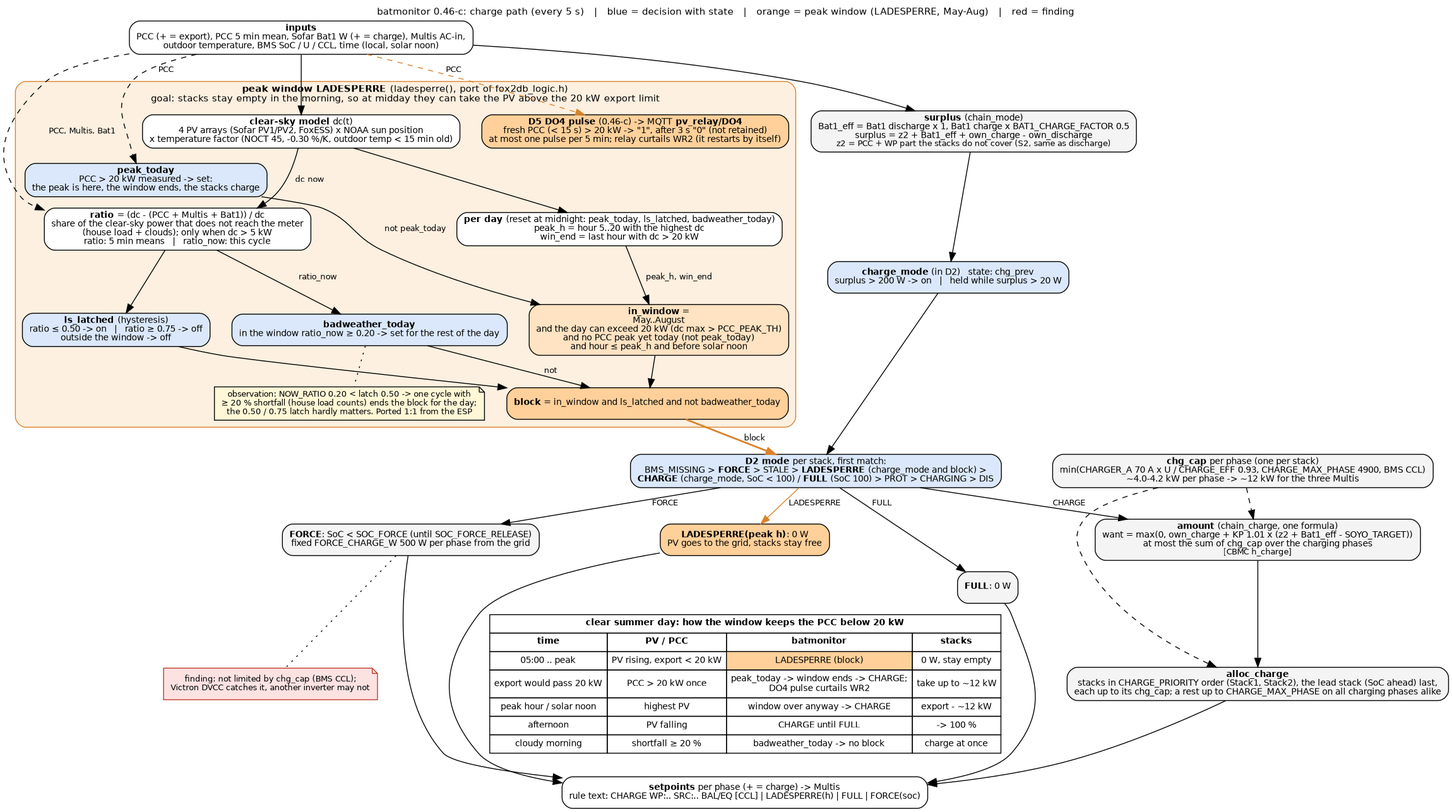
gerontec/victron keeps this Graphviz diagram as docs/charge_flow.png. Above is the earlier version. Its source is kept beside it as docs/charge_flow.dot. The source it was exported from:
```dot
digraph charge {
	graph [rankdir=TB, fontname="Helvetica", fontsize=11, nodesep=0.35, ranksep=0.35, newrank=true,
		   label="batmonitor 0.46-c: charge path (every 5 s)   |   blue = decision with state   |   orange = peak window (LADESPERRE, May-Aug)   |   red = finding",
		   labelloc=t];
	node [shape=box, style="rounded,filled", fillcolor="#f4f4f4", fontname="Helvetica", fontsize=10];
	edge [fontname="Helvetica", fontsize=9];

	in [label=<<b>inputs</b><br/>PCC (+ = export), PCC 5 min mean, Sofar Bat1 W (+ = charge), Multis AC-in,<br/>outdoor temperature, BMS SoC / U / CCL, time (local, solar noon)>, fillcolor="#ffffff"];

	surplus [label=<<b>surplus</b> (chain_mode)<br/>Bat1_eff = Bat1 discharge x 1, Bat1 charge x BAT1_CHARGE_FACTOR 0.5<br/>surplus = z2 + Bat1_eff + own_charge - own_discharge<br/><font point-size="9">z2 = PCC + WP part the stacks do not cover (S2, same as discharge)</font>>];

	cmode [label=<<b>charge_mode</b> (in D2)   state: chg_prev<br/>surplus &gt; 200 W -&gt; on   |   held while surplus &gt; 20 W>, fillcolor="#dbe8fb"];

	subgraph cluster_ls {
		label=<<b>peak window LADESPERRE</b> (ladesperre(), port of fox2db_logic.h)<br/>goal: stacks stay empty in the morning, so at midday they can take the PV above the 20 kW export limit>;
		style="rounded,filled"; fillcolor="#fdf0e0"; color="#d9822b"; fontsize=11;

		model [label=<<b>clear-sky model</b> dc(t)<br/>4 PV arrays (Sofar PV1/PV2, FoxESS) x NOAA sun position<br/>x temperature factor (NOCT 45, -0.30 %/K, outdoor temp &lt; 15 min old)>, fillcolor="#ffffff"];
		day [label=<<b>per day</b> (reset at midnight: peak_today, ls_latched, badweather_today)<br/>peak_h = hour 5..20 with the highest dc<br/>win_end = last hour with dc &gt; 20 kW>, fillcolor="#ffffff"];
		window [label=<<b>in_window</b> =<br/>May..August<br/>and the day can exceed 20 kW (dc max &gt; PCC_PEAK_TH)<br/>and no PCC peak yet today (not peak_today)<br/>and hour &le; peak_h and before solar noon>, fillcolor="#ffe3c2"];
		ratio [label=<<b>ratio</b> = (dc - (PCC + Multis + Bat1)) / dc<br/>share of the clear-sky power that does not reach the meter<br/>(house load + clouds); only when dc &gt; 5 kW<br/>ratio: 5 min means   |   ratio_now: this cycle>, fillcolor="#ffffff"];
		latch [label=<<b>ls_latched</b> (hysteresis)<br/>ratio &le; 0.50 -&gt; on   |   ratio &ge; 0.75 -&gt; off<br/>outside the window -&gt; off>, fillcolor="#dbe8fb"];
		bad [label=<<b>badweather_today</b><br/>in the window ratio_now &ge; 0.20 -&gt; set for the rest of the day>, fillcolor="#dbe8fb"];
		peak [label=<<b>peak_today</b><br/>PCC &gt; 20 kW measured -&gt; set:<br/>the peak is here, the window ends, the stacks charge>, fillcolor="#dbe8fb"];
		do4 [label=<<b>D5 DO4 pulse</b> (0.46-c) -&gt; MQTT <b>pv_relay/DO4</b><br/>fresh PCC (&lt; 15 s) &gt; 20 kW -&gt; "1", after 3 s "0" (not retained)<br/>at most one pulse per 5 min; relay curtails WR2 (it restarts by itself)>, fillcolor="#ffd09a"];
		block [label=<<b>block</b> = in_window and ls_latched and not badweather_today>, fillcolor="#ffd09a"];
		note_ls [shape=note, fillcolor="#fff7d6", fontsize=9, label=<observation: NOW_RATIO 0.20 &lt; latch 0.50 -&gt; one cycle with<br/>&ge; 20 % shortfall (house load counts) ends the block for the day;<br/>the 0.50 / 0.75 latch hardly matters. Ported 1:1 from the ESP>];

		model -> day;
		model -> ratio [label=" dc now"];
		day -> window [label=" peak_h, win_end"];
		peak -> window [label=" not peak_today"];
		ratio -> latch;
		ratio -> bad [label=" ratio_now"];
		window -> block;
		latch -> block;
		bad -> block [label=" not"];
		bad -> note_ls [style=dotted, arrowhead=none];
	}

	d2 [label=<<b>D2 mode</b> per stack, first match:<br/>BMS_MISSING &gt; <b>FORCE</b> &gt; STALE &gt; <b>LADESPERRE</b> (charge_mode and block) &gt;<br/><b>CHARGE</b> (charge_mode, SoC &lt; 100) / <b>FULL</b> (SoC 100) &gt; PROT &gt; CHARGING &gt; DIS>, fillcolor="#dbe8fb"];

	force [label=<<b>FORCE</b>: SoC &lt; SOC_FORCE (until SOC_FORCE_RELEASE)<br/>fixed FORCE_CHARGE_W 500 W per phase from the grid>];
	force_note [shape=note, fillcolor="#fde2e2", color="#c0392b", fontsize=9, label=<finding: not limited by chg_cap (BMS CCL);<br/>Victron DVCC catches it, another inverter may not>];
	lsout [label=<<b>LADESPERRE(peak h)</b>: 0 W<br/>PV goes to the grid, stacks stay free>, fillcolor="#ffd09a"];
	full [label=<<b>FULL</b>: 0 W>];

	amount [label=<<b>amount</b> (chain_charge, one formula)<br/>want = max(0, own_charge + KP 1.01 x (z2 + Bat1_eff - SOYO_TARGET))<br/>at most the sum of chg_cap over the charging phases<br/><font point-size="9">[CBMC h_charge]</font>>];
	caps [label=<<b>chg_cap</b> per phase (one per stack)<br/>min(CHARGER_A 70 A x U / CHARGE_EFF 0.93, CHARGE_MAX_PHASE 4900, BMS CCL)<br/>~4.0-4.2 kW per phase -&gt; ~12 kW for the three Multis>];
	alloc [label=<<b>alloc_charge</b><br/>stacks in CHARGE_PRIORITY order (Stack1, Stack2), the lead stack (SoC ahead) last,<br/>each up to its chg_cap; a rest up to CHARGE_MAX_PHASE on all charging phases alike>];

	out [label=<<b>setpoints</b> per phase (+ = charge) -&gt; Multis<br/>rule text: CHARGE WP:.. SRC:.. BAL/EQ [CCL] | LADESPERRE(h) | FULL | FORCE(soc)>, fillcolor="#ffffff"];

	timeline [shape=plain, label=<
		<table border="0" cellborder="1" cellspacing="0" cellpadding="4" bgcolor="#ffffff">
		<tr><td colspan="4"><b>clear summer day: how the window keeps the PCC below 20 kW</b></td></tr>
		<tr><td><b>time</b></td><td><b>PV / PCC</b></td><td><b>batmonitor</b></td><td><b>stacks</b></td></tr>
		<tr><td>05:00 .. peak</td><td>PV rising, export &lt; 20 kW</td><td bgcolor="#ffd09a">LADESPERRE (block)</td><td>0 W, stay empty</td></tr>
		<tr><td>export would pass 20 kW</td><td>PCC &gt; 20 kW once</td><td>peak_today -&gt; window ends -&gt; CHARGE;<br/>DO4 pulse curtails WR2</td><td>take up to ~12 kW</td></tr>
		<tr><td>peak hour / solar noon</td><td>highest PV</td><td>window over anyway -&gt; CHARGE</td><td>export - ~12 kW</td></tr>
		<tr><td>afternoon</td><td>PV falling</td><td>CHARGE until FULL</td><td>-&gt; 100 %</td></tr>
		<tr><td>cloudy morning</td><td>shortfall &ge; 20 %</td><td>badweather_today -&gt; no block</td><td>charge at once</td></tr>
		</table>>];

	in -> surplus -> cmode -> d2;
	in -> model;
	in -> ratio [style=dashed, label=" PCC, Multis, Bat1"];
	in -> peak [style=dashed, label=" PCC"];
	in -> do4 [style=dashed, label=" PCC", color="#d9822b"];
	block -> d2 [color="#d9822b", penwidth=2, label=" block"];
	d2 -> force [label=" FORCE"];
	d2 -> lsout [label=" LADESPERRE", color="#d9822b"];
	d2 -> amount [label=" CHARGE"];
	d2 -> full [label=" FULL"];
	force -> force_note [style=dotted, arrowhead=none];
	caps -> amount [style=dashed];
	caps -> alloc [style=dashed];
	amount -> alloc -> out;
	force -> out;
	lsout -> out;
	full -> out;
	lsout -> timeline [style=invis];
}
```
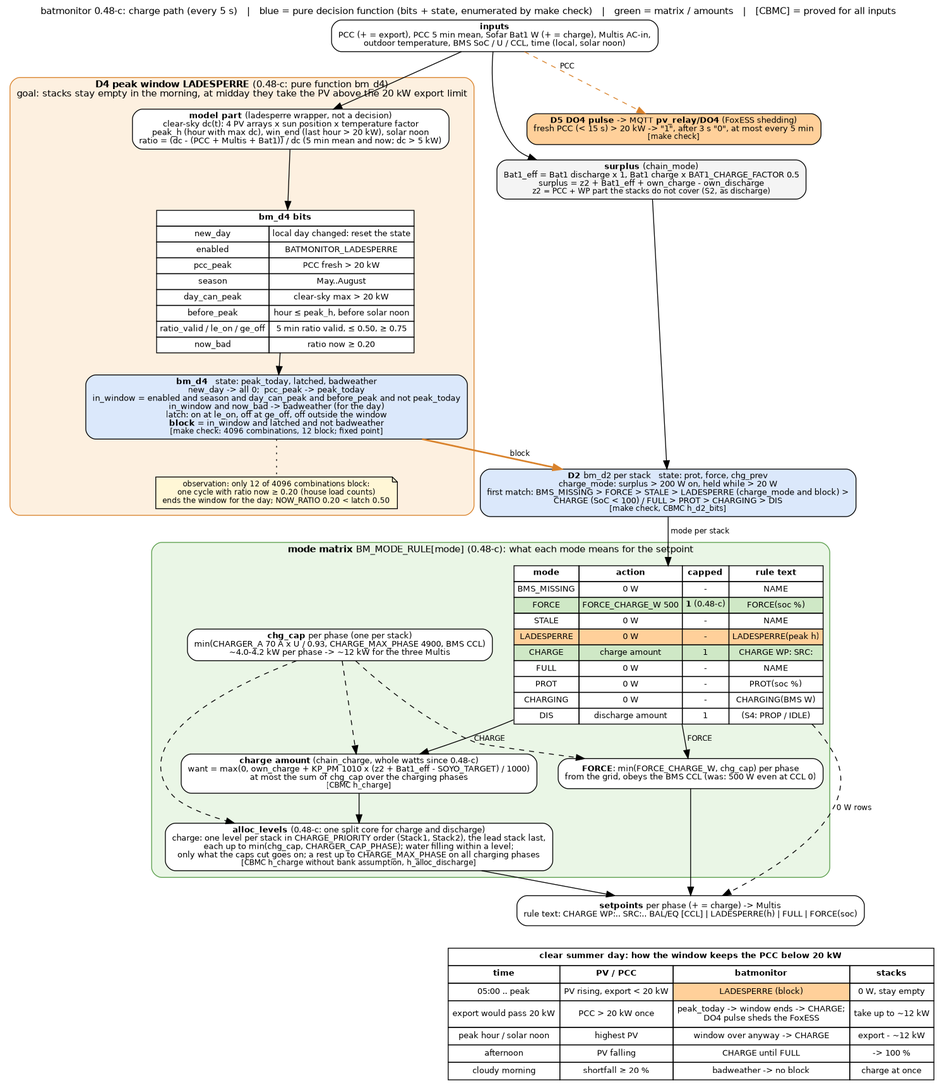
Above is the later version.

Change to the diagram source:
```diff
@@ -1,53 +1,67 @@
 digraph charge {
 	graph [rankdir=TB, fontname="Helvetica", fontsize=11, nodesep=0.35, ranksep=0.35, newrank=true,
-		   label="batmonitor 0.46-c: charge path (every 5 s)   |   blue = decision with state   |   orange = peak window (LADESPERRE, May-Aug)   |   red = finding",
+		   label="batmonitor 0.48-c: charge path (every 5 s)   |   blue = pure decision function (bits + state, enumerated by make check)   |   green = matrix / amounts   |   [CBMC] = proved for all inputs",
 		   labelloc=t];
 	node [shape=box, style="rounded,filled", fillcolor="#f4f4f4", fontname="Helvetica", fontsize=10];
 	edge [fontname="Helvetica", fontsize=9];
 
 	in [label=<<b>inputs</b><br/>PCC (+ = export), PCC 5 min mean, Sofar Bat1 W (+ = charge), Multis AC-in,<br/>outdoor temperature, BMS SoC / U / CCL, time (local, solar noon)>, fillcolor="#ffffff"];
 
-	surplus [label=<<b>surplus</b> (chain_mode)<br/>Bat1_eff = Bat1 discharge x 1, Bat1 charge x BAT1_CHARGE_FACTOR 0.5<br/>surplus = z2 + Bat1_eff + own_charge - own_discharge<br/><font point-size="9">z2 = PCC + WP part the stacks do not cover (S2, same as discharge)</font>>];
+	surplus [label=<<b>surplus</b> (chain_mode)<br/>Bat1_eff = Bat1 discharge x 1, Bat1 charge x BAT1_CHARGE_FACTOR 0.5<br/>surplus = z2 + Bat1_eff + own_charge - own_discharge<br/><font point-size="9">z2 = PCC + WP part the stacks do not cover (S2, as discharge)</font>>];
 
-	cmode [label=<<b>charge_mode</b> (in D2)   state: chg_prev<br/>surplus &gt; 200 W -&gt; on   |   held while surplus &gt; 20 W>, fillcolor="#dbe8fb"];
-
-	subgraph cluster_ls {
-		label=<<b>peak window LADESPERRE</b> (ladesperre(), port of fox2db_logic.h)<br/>goal: stacks stay empty in the morning, so at midday they can take the PV above the 20 kW export limit>;
+	subgraph cluster_d4 {
+		label=<<b>D4 peak window LADESPERRE</b> (0.48-c: pure function bm_d4)<br/>goal: stacks stay empty in the morning, at midday they take the PV above the 20 kW export limit>;
 		style="rounded,filled"; fillcolor="#fdf0e0"; color="#d9822b"; fontsize=11;
-
-		model [label=<<b>clear-sky model</b> dc(t)<br/>4 PV arrays (Sofar PV1/PV2, FoxESS) x NOAA sun position<br/>x temperature factor (NOCT 45, -0.30 %/K, outdoor temp &lt; 15 min old)>, fillcolor="#ffffff"];
-		day [label=<<b>per day</b> (reset at midnight: peak_today, ls_latched, badweather_today)<br/>peak_h = hour 5..20 with the highest dc<br/>win_end = last hour with dc &gt; 20 kW>, fillcolor="#ffffff"];
-		window [label=<<b>in_window</b> =<br/>May..August<br/>and the day can exceed 20 kW (dc max &gt; PCC_PEAK_TH)<br/>and no PCC peak yet today (not peak_today)<br/>and hour &le; peak_h and before solar noon>, fillcolor="#ffe3c2"];
-		ratio [label=<<b>ratio</b> = (dc - (PCC + Multis + Bat1)) / dc<br/>share of the clear-sky power that does not reach the meter<br/>(house load + clouds); only when dc &gt; 5 kW<br/>ratio: 5 min means   |   ratio_now: this cycle>, fillcolor="#ffffff"];
-		latch [label=<<b>ls_latched</b> (hysteresis)<br/>ratio &le; 0.50 -&gt; on   |   ratio &ge; 0.75 -&gt; off<br/>outside the window -&gt; off>, fillcolor="#dbe8fb"];
-		bad [label=<<b>badweather_today</b><br/>in the window ratio_now &ge; 0.20 -&gt; set for the rest of the day>, fillcolor="#dbe8fb"];
-		peak [label=<<b>peak_today</b><br/>PCC &gt; 20 kW measured -&gt; set:<br/>the peak is here, the window ends, the stacks charge>, fillcolor="#dbe8fb"];
-		do4 [label=<<b>D5 DO4 pulse</b> (0.46-c) -&gt; MQTT <b>pv_relay/DO4</b><br/>fresh PCC (&lt; 15 s) &gt; 20 kW -&gt; "1", after 3 s "0" (not retained)<br/>at most one pulse per 5 min; relay curtails WR2 (it restarts by itself)>, fillcolor="#ffd09a"];
-		block [label=<<b>block</b> = in_window and ls_latched and not badweather_today>, fillcolor="#ffd09a"];
-		note_ls [shape=note, fillcolor="#fff7d6", fontsize=9, label=<observation: NOW_RATIO 0.20 &lt; latch 0.50 -&gt; one cycle with<br/>&ge; 20 % shortfall (house load counts) ends the block for the day;<br/>the 0.50 / 0.75 latch hardly matters. Ported 1:1 from the ESP>];
-
-		model -> day;
-		model -> ratio [label=" dc now"];
-		day -> window [label=" peak_h, win_end"];
-		peak -> window [label=" not peak_today"];
-		ratio -> latch;
-		ratio -> bad [label=" ratio_now"];
-		window -> block;
-		latch -> block;
-		bad -> block [label=" not"];
-		bad -> note_ls [style=dotted, arrowhead=none];
+		model [label=<<b>model part</b> (ladesperre wrapper, not a decision)<br/>clear-sky dc(t): 4 PV arrays x sun position x temperature factor<br/>peak_h (hour with max dc), win_end (last hour &gt; 20 kW), solar noon<br/>ratio = (dc - (PCC + Multis + Bat1)) / dc (5 min mean and now; dc &gt; 5 kW)>, fillcolor="#ffffff"];
+		d4bits [shape=plain, label=<
+			<table border="0" cellborder="1" cellspacing="0" cellpadding="3" bgcolor="#ffffff">
+			<tr><td colspan="2"><b>bm_d4 bits</b></td></tr>
+			<tr><td>new_day</td><td>local day changed: reset the state</td></tr>
+			<tr><td>enabled</td><td>BATMONITOR_LADESPERRE</td></tr>
+			<tr><td>pcc_peak</td><td>PCC fresh &gt; 20 kW</td></tr>
+			<tr><td>season</td><td>May..August</td></tr>
+			<tr><td>day_can_peak</td><td>clear-sky max &gt; 20 kW</td></tr>
+			<tr><td>before_peak</td><td>hour &le; peak_h, before solar noon</td></tr>
+			<tr><td>ratio_valid / le_on / ge_off</td><td>5 min ratio valid, &le; 0.50, &ge; 0.75</td></tr>
+			<tr><td>now_bad</td><td>ratio now &ge; 0.20</td></tr>
+			</table>>];
+		d4 [label=<<b>bm_d4</b>   state: peak_today, latched, badweather<br/>new_day -&gt; all 0;  pcc_peak -&gt; peak_today<br/>in_window = enabled and season and day_can_peak and before_peak and not peak_today<br/>in_window and now_bad -&gt; badweather (for the day)<br/>latch: on at le_on, off at ge_off, off outside the window<br/><b>block</b> = in_window and latched and not badweather<br/><font point-size="9">[make check: 4096 combinations, 12 block; fixed point]</font>>, fillcolor="#dbe8fb"];
+		note_ls [shape=note, fillcolor="#fff7d6", fontsize=9, label=<observation: only 12 of 4096 combinations block:<br/>one cycle with ratio now &ge; 0.20 (house load counts)<br/>ends the window for the day; NOW_RATIO 0.20 &lt; latch 0.50>];
+		model -> d4bits -> d4;
+		d4 -> note_ls [style=dotted, arrowhead=none];
 	}
 
-	d2 [label=<<b>D2 mode</b> per stack, first match:<br/>BMS_MISSING &gt; <b>FORCE</b> &gt; STALE &gt; <b>LADESPERRE</b> (charge_mode and block) &gt;<br/><b>CHARGE</b> (charge_mode, SoC &lt; 100) / <b>FULL</b> (SoC 100) &gt; PROT &gt; CHARGING &gt; DIS>, fillcolor="#dbe8fb"];
+	d2 [label=<<b>D2</b> bm_d2 per stack   state: prot, force, chg_prev<br/>charge_mode: surplus &gt; 200 W on, held while &gt; 20 W<br/>first match: BMS_MISSING &gt; FORCE &gt; STALE &gt; LADESPERRE (charge_mode and block) &gt;<br/>CHARGE (SoC &lt; 100) / FULL &gt; PROT &gt; CHARGING &gt; DIS<br/><font point-size="9">[make check, CBMC h_d2_bits]</font>>, fillcolor="#dbe8fb"];
 
-	force [label=<<b>FORCE</b>: SoC &lt; SOC_FORCE (until SOC_FORCE_RELEASE)<br/>fixed FORCE_CHARGE_W 500 W per phase from the grid>];
-	force_note [shape=note, fillcolor="#fde2e2", color="#c0392b", fontsize=9, label=<finding: not limited by chg_cap (BMS CCL);<br/>Victron DVCC catches it, another inverter may not>];
-	lsout [label=<<b>LADESPERRE(peak h)</b>: 0 W<br/>PV goes to the grid, stacks stay free>, fillcolor="#ffd09a"];
-	full [label=<<b>FULL</b>: 0 W>];
+	subgraph cluster_mode {
+		label=<<b>mode matrix</b> BM_MODE_RULE[mode] (0.48-c): what each mode means for the setpoint>;
+		style="rounded,filled"; fillcolor="#eaf6e6"; color="#5a9e4b"; fontsize=11;
+		mrule [shape=plain, label=<
+			<table border="0" cellborder="1" cellspacing="0" cellpadding="3" bgcolor="#ffffff">
+			<tr><td><b>mode</b></td><td><b>action</b></td><td><b>capped</b></td><td><b>rule text</b></td></tr>
+			<tr><td>BMS_MISSING</td><td>0 W</td><td>-</td><td>NAME</td></tr>
+			<tr><td bgcolor="#cfe8c6">FORCE</td><td bgcolor="#cfe8c6">FORCE_CHARGE_W 500</td><td bgcolor="#cfe8c6"><b>1</b> (0.48-c)</td><td bgcolor="#cfe8c6">FORCE(soc %)</td></tr>
+			<tr><td>STALE</td><td>0 W</td><td>-</td><td>NAME</td></tr>
+			<tr><td bgcolor="#ffd09a">LADESPERRE</td><td bgcolor="#ffd09a">0 W</td><td bgcolor="#ffd09a">-</td><td bgcolor="#ffd09a">LADESPERRE(peak h)</td></tr>
+			<tr><td bgcolor="#cfe8c6">CHARGE</td><td bgcolor="#cfe8c6">charge amount</td><td bgcolor="#cfe8c6">1</td><td bgcolor="#cfe8c6">CHARGE WP: SRC:</td></tr>
+			<tr><td>FULL</td><td>0 W</td><td>-</td><td>NAME</td></tr>
+			<tr><td>PROT</td><td>0 W</td><td>-</td><td>PROT(soc %)</td></tr>
+			<tr><td>CHARGING</td><td>0 W</td><td>-</td><td>CHARGING(BMS W)</td></tr>
+			<tr><td>DIS</td><td>discharge amount</td><td>1</td><td>(S4: PROP / IDLE)</td></tr>
+			</table>>];
+		force [label=<<b>FORCE</b>: min(FORCE_CHARGE_W, chg_cap) per phase<br/>from the grid, obeys the BMS CCL (was: 500 W even at CCL 0)>, fillcolor="#ffffff"];
+		amount [label=<<b>charge amount</b> (chain_charge, whole watts since 0.48-c)<br/>want = max(0, own_charge + KP_PM 1010 x (z2 + Bat1_eff - SOYO_TARGET) / 1000)<br/>at most the sum of chg_cap over the charging phases<br/><font point-size="9">[CBMC h_charge]</font>>, fillcolor="#ffffff"];
+		caps [label=<<b>chg_cap</b> per phase (one per stack)<br/>min(CHARGER_A 70 A x U / 0.93, CHARGE_MAX_PHASE 4900, BMS CCL)<br/>~4.0-4.2 kW per phase -&gt; ~12 kW for the three Multis>, fillcolor="#ffffff"];
+		alloc [label=<<b>alloc_levels</b> (0.48-c: one split core for charge and discharge)<br/>charge: one level per stack in CHARGE_PRIORITY order (Stack1, Stack2), the lead stack last,<br/>each up to min(chg_cap, CHARGER_CAP_PHASE); water filling within a level;<br/>only what the caps cut goes on; a rest up to CHARGE_MAX_PHASE on all charging phases<br/><font point-size="9">[CBMC h_charge without bank assumption, h_alloc_discharge]</font>>, fillcolor="#ffffff"];
+		mrule -> force [label=" FORCE"];
+		mrule -> amount [label=" CHARGE"];
+		caps -> amount [style=dashed];
+		caps -> alloc [style=dashed];
+		caps -> force [style=dashed];
+		amount -> alloc;
+	}
 
-	amount [label=<<b>amount</b> (chain_charge, one formula)<br/>want = max(0, own_charge + KP 1.01 x (z2 + Bat1_eff - SOYO_TARGET))<br/>at most the sum of chg_cap over the charging phases<br/><font point-size="9">[CBMC h_charge]</font>>];
-	caps [label=<<b>chg_cap</b> per phase (one per stack)<br/>min(CHARGER_A 70 A x U / CHARGE_EFF 0.93, CHARGE_MAX_PHASE 4900, BMS CCL)<br/>~4.0-4.2 kW per phase -&gt; ~12 kW for the three Multis>];
-	alloc [label=<<b>alloc_charge</b><br/>stacks in CHARGE_PRIORITY order (Stack1, Stack2), the lead stack (SoC ahead) last,<br/>each up to its chg_cap; a rest up to CHARGE_MAX_PHASE on all charging phases alike>];
+	do4 [label=<<b>D5 DO4 pulse</b> -&gt; MQTT <b>pv_relay/DO4</b> (FoxESS shedding)<br/>fresh PCC (&lt; 15 s) &gt; 20 kW -&gt; "1", after 3 s "0", at most every 5 min<br/><font point-size="9">[make check]</font>>, fillcolor="#ffd09a"];
 
 	out [label=<<b>setpoints</b> per phase (+ = charge) -&gt; Multis<br/>rule text: CHARGE WP:.. SRC:.. BAL/EQ [CCL] | LADESPERRE(h) | FULL | FORCE(soc)>, fillcolor="#ffffff"];
 
@@ -56,28 +70,19 @@
 		<tr><td colspan="4"><b>clear summer day: how the window keeps the PCC below 20 kW</b></td></tr>
 		<tr><td><b>time</b></td><td><b>PV / PCC</b></td><td><b>batmonitor</b></td><td><b>stacks</b></td></tr>
 		<tr><td>05:00 .. peak</td><td>PV rising, export &lt; 20 kW</td><td bgcolor="#ffd09a">LADESPERRE (block)</td><td>0 W, stay empty</td></tr>
-		<tr><td>export would pass 20 kW</td><td>PCC &gt; 20 kW once</td><td>peak_today -&gt; window ends -&gt; CHARGE;<br/>DO4 pulse curtails WR2</td><td>take up to ~12 kW</td></tr>
+		<tr><td>export would pass 20 kW</td><td>PCC &gt; 20 kW once</td><td>peak_today -&gt; window ends -&gt; CHARGE;<br/>DO4 pulse sheds the FoxESS</td><td>take up to ~12 kW</td></tr>
 		<tr><td>peak hour / solar noon</td><td>highest PV</td><td>window over anyway -&gt; CHARGE</td><td>export - ~12 kW</td></tr>
 		<tr><td>afternoon</td><td>PV falling</td><td>CHARGE until FULL</td><td>-&gt; 100 %</td></tr>
-		<tr><td>cloudy morning</td><td>shortfall &ge; 20 %</td><td>badweather_today -&gt; no block</td><td>charge at once</td></tr>
+		<tr><td>cloudy morning</td><td>shortfall &ge; 20 %</td><td>badweather -&gt; no block</td><td>charge at once</td></tr>
 		</table>>];
 
-	in -> surplus -> cmode -> d2;
+	in -> surplus -> d2;
 	in -> model;
-	in -> ratio [style=dashed, label=" PCC, Multis, Bat1"];
-	in -> peak [style=dashed, label=" PCC"];
 	in -> do4 [style=dashed, label=" PCC", color="#d9822b"];
-	block -> d2 [color="#d9822b", penwidth=2, label=" block"];
-	d2 -> force [label=" FORCE"];
-	d2 -> lsout [label=" LADESPERRE", color="#d9822b"];
-	d2 -> amount [label=" CHARGE"];
-	d2 -> full [label=" FULL"];
-	force -> force_note [style=dotted, arrowhead=none];
-	caps -> amount [style=dashed];
-	caps -> alloc [style=dashed];
-	amount -> alloc -> out;
+	d4 -> d2 [color="#d9822b", penwidth=2, label=" block"];
+	d2 -> mrule [label=" mode per stack"];
 	force -> out;
-	lsout -> out;
-	full -> out;
-	lsout -> timeline [style=invis];
+	alloc -> out;
+	mrule -> out [label=" 0 W rows", style=dashed];
+	out -> timeline [style=invis];
 }
```
